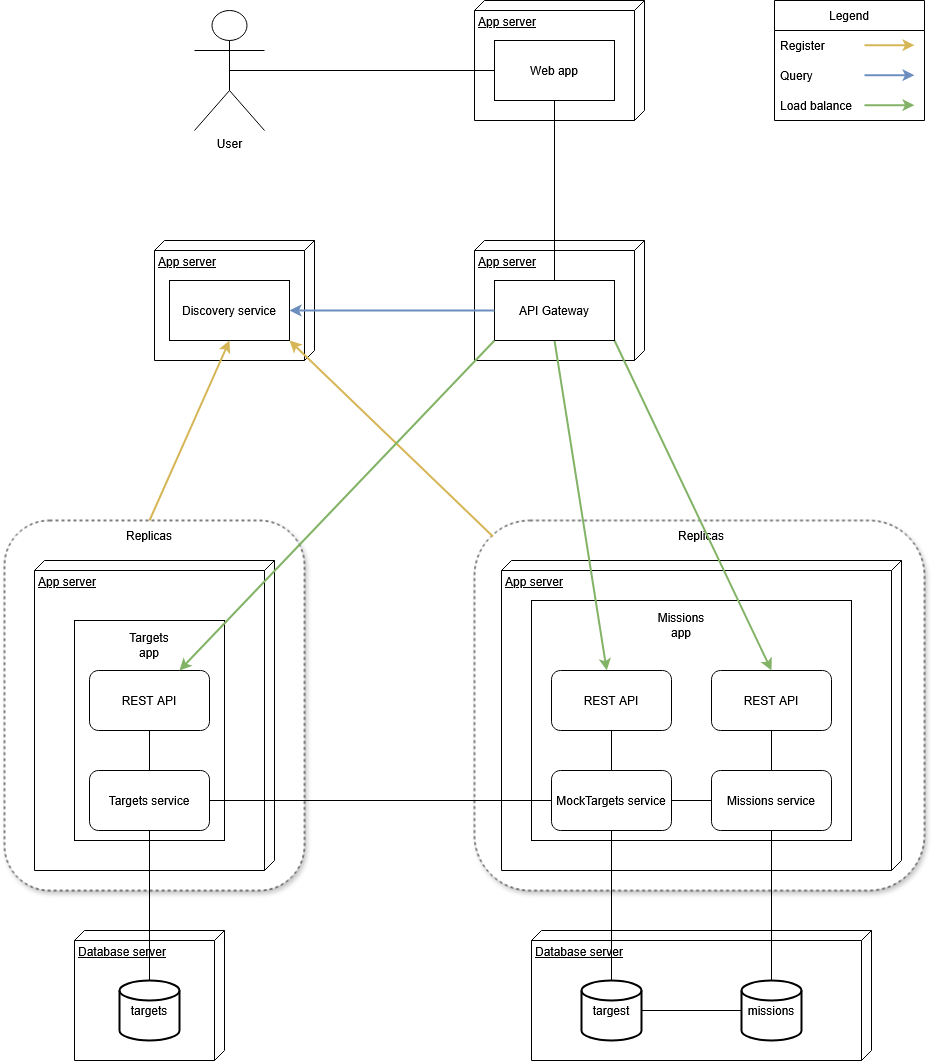
m-szym/JavaSpringMicroservicesApp keeps this draw.io diagram as resources/app_schema.png. Above is the earlier version. Source tidied: cells renumbered, new cells last; positions are measured from the earlier drawing's top-left corner, leaving out a move shared by most shapes.
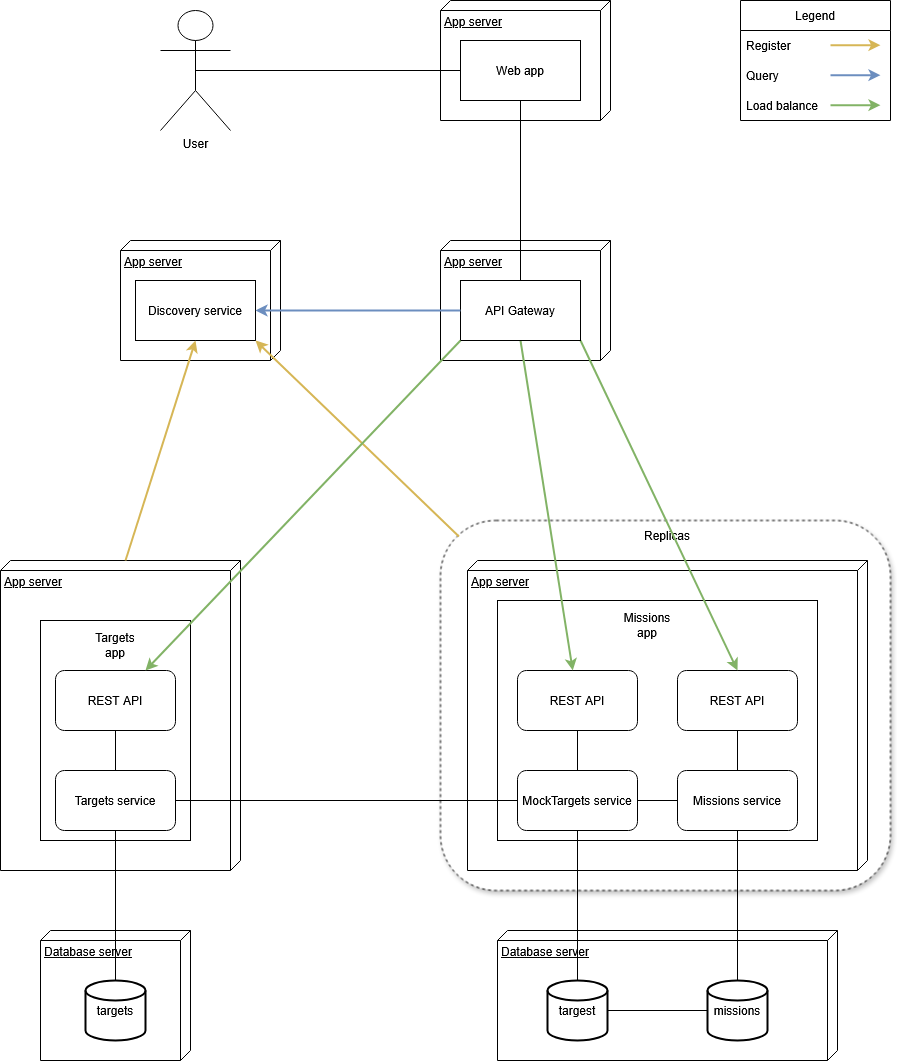
Above is the later version.

Diff of the diagram source:
```diff
@@ -5,9 +5,6 @@
     <mxCell id="2" style="rounded=1;whiteSpace=wrap;html=1;dashed=1;glass=0;shadow=1;" parent="1" vertex="1">
       <mxGeometry x="631" y="520" width="450" height="370" as="geometry" />
     </mxCell>
-    <mxCell id="3" style="rounded=1;whiteSpace=wrap;html=1;dashed=1;glass=0;shadow=1;" parent="1" vertex="1">
-      <mxGeometry x="161" y="520" width="300" height="370" as="geometry" />
-    </mxCell>
     <mxCell id="4" value="App server" style="verticalAlign=top;align=left;spacingTop=8;spacingLeft=2;spacingRight=12;shape=cube;size=10;direction=south;fontStyle=4;html=1;whiteSpace=wrap;" parent="1" vertex="1">
       <mxGeometry x="191" y="560" width="240" height="310" as="geometry" />
     </mxCell>
@@ -99,9 +96,6 @@
     <mxCell id="30" value="Missions app" style="text;html=1;align=center;verticalAlign=middle;whiteSpace=wrap;rounded=0;" parent="1" vertex="1">
       <mxGeometry x="808" y="610" width="60" height="30" as="geometry" />
     </mxCell>
-    <mxCell id="31" value="Replicas" style="text;html=1;align=center;verticalAlign=middle;whiteSpace=wrap;rounded=0;" parent="1" vertex="1">
-      <mxGeometry x="276" y="520" width="60" height="30" as="geometry" />
-    </mxCell>
     <mxCell id="32" value="Replicas" style="text;html=1;align=center;verticalAlign=middle;whiteSpace=wrap;rounded=0;" parent="1" vertex="1">
       <mxGeometry x="828" y="520" width="60" height="30" as="geometry" />
     </mxCell>
@@ -123,7 +117,7 @@
     <mxCell id="38" value="API Gateway" style="rounded=0;whiteSpace=wrap;html=1;" parent="1" vertex="1">
       <mxGeometry x="651" y="280" width="120" height="60" as="geometry" />
     </mxCell>
-    <mxCell id="39" style="rounded=0;jettySize=auto;html=1;exitX=0.5;exitY=0;exitDx=0;exitDy=0;entryX=0.5;entryY=1;entryDx=0;entryDy=0;flowAnimation=0;jumpStyle=none;fillColor=#fff2cc;strokeColor=#d6b656;strokeWidth=2;" parent="1" edge="1" source="31" target="34">
+    <mxCell id="39" style="rounded=0;jettySize=auto;html=1;entryX=0.5;entryY=1;entryDx=0;entryDy=0;flowAnimation=0;jumpStyle=none;fillColor=#fff2cc;strokeColor=#d6b656;strokeWidth=2;exitX=0;exitY=0;exitDx=0;exitDy=115;exitPerimeter=0;" parent="1" edge="1" source="4" target="34">
       <mxGeometry relative="1" as="geometry" />
     </mxCell>
     <mxCell id="40" style="rounded=0;jettySize=auto;html=1;exitX=0;exitY=0.5;exitDx=0;exitDy=0;entryX=1;entryY=0.5;entryDx=0;entryDy=0;fillColor=#dae8fc;strokeColor=#6c8ebf;strokeWidth=2;" parent="1" edge="1" source="38" target="34">
```
